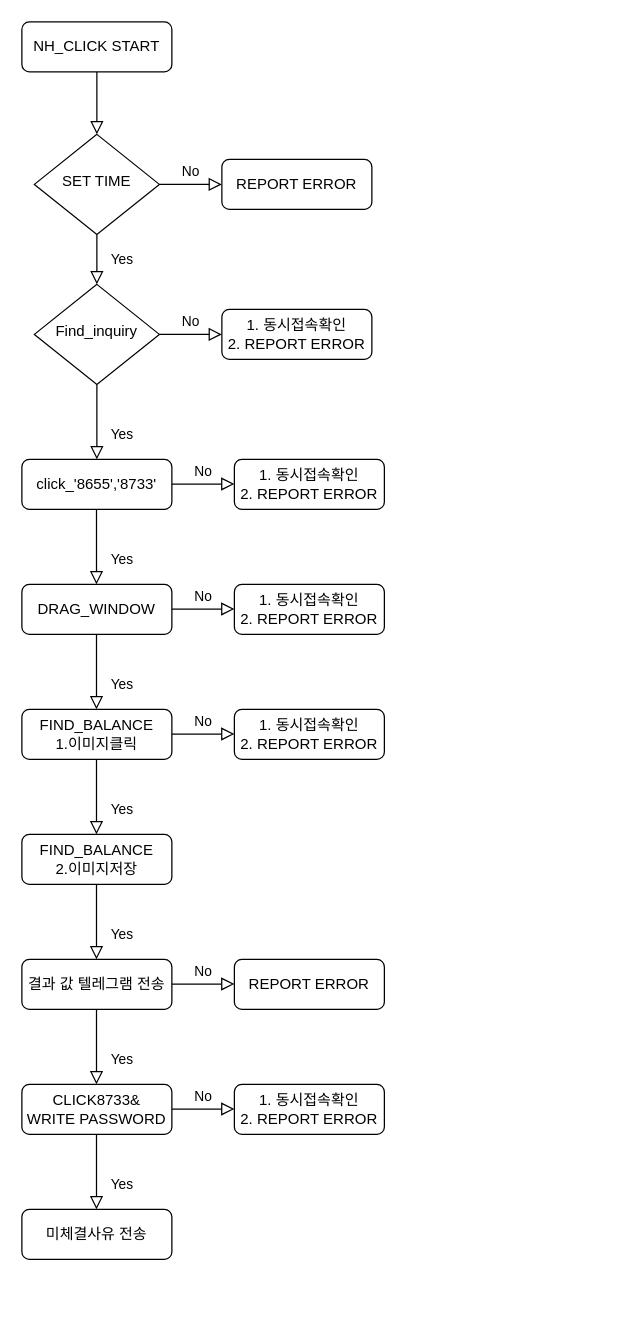
Above: 제목 없는 다이어그램.drawio in soun97/s_texst (draw.io), before the change. Source tidied: cells renumbered, new cells numbered last; positions are measured from the earlier drawing's top-left corner, leaving out a move shared by most shapes. Both pictures are drawn from the tidied source at 125%, with x=0, y=0 at pixel (21, 21).
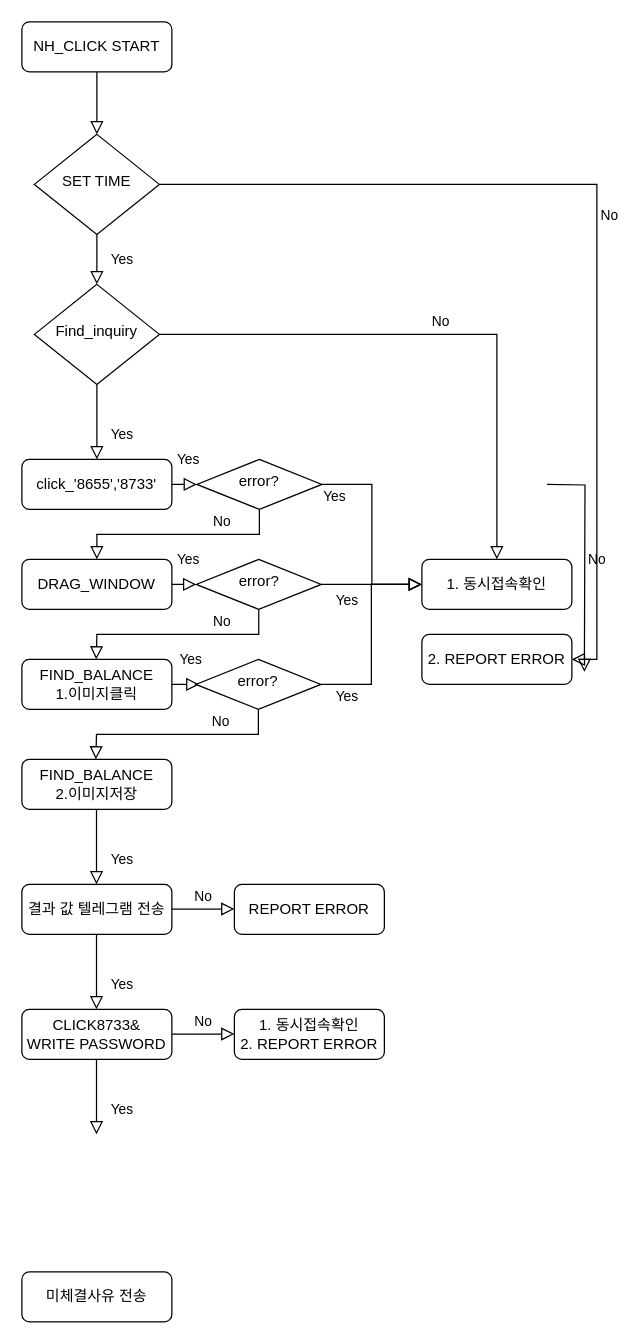
Above is the later version.

Commit message (it also covers changes not shown here):
제목 없는 다이어그램.drawio 업데이트

Unchanged cells that the change refers to:
```xml
<mxCell id="6" value="SET TIME" style="rhombus;whiteSpace=wrap;html=1;shadow=0;fontFamily=Helvetica;fontSize=12;align=center;strokeWidth=1;spacing=6;spacingTop=-4;" parent="1" vertex="1">
  <mxGeometry x="10" y="90" width="100" height="80" as="geometry" />
</mxCell>
<mxCell id="10" value="Find_inquiry" style="rhombus;whiteSpace=wrap;html=1;shadow=0;fontFamily=Helvetica;fontSize=12;align=center;strokeWidth=1;spacing=6;spacingTop=-4;" parent="1" vertex="1">
  <mxGeometry x="10" y="210" width="100" height="80" as="geometry" />
</mxCell>
<mxCell id="11" value="click_'8655','8733'" style="rounded=1;whiteSpace=wrap;html=1;fontSize=12;glass=0;strokeWidth=1;shadow=0;" parent="1" vertex="1">
  <mxGeometry y="350" width="120" height="40" as="geometry" />
</mxCell>
```

Diff of the diagram source:
```diff
@@
-    <mxCell id="5" value="No" style="edgeStyle=orthogonalEdgeStyle;rounded=0;html=1;jettySize=auto;fontSize=11;endArrow=block;endFill=0;endSize=8;strokeWidth=1;shadow=0;labelBackgroundColor=none;" parent="1" edge="1" source="6" target="7">
+    <mxCell id="5" value="No" style="edgeStyle=orthogonalEdgeStyle;rounded=0;html=1;jettySize=auto;fontSize=11;endArrow=block;endFill=0;endSize=8;strokeWidth=1;shadow=0;labelBackgroundColor=none;entryX=1;entryY=0.5;entryDx=0;entryDy=0;" parent="1" edge="1" source="6" target="45">
       <mxGeometry y="10" relative="1" as="geometry" />
     </mxCell>
@@
-    <mxCell id="7" value="REPORT ERROR" style="rounded=1;whiteSpace=wrap;html=1;fontSize=12;glass=0;strokeWidth=1;shadow=0;" parent="1" vertex="1">
-      <mxGeometry x="160" y="110" width="120" height="40" as="geometry" />
-    </mxCell>
@@
-    <mxCell id="9" value="No" style="edgeStyle=orthogonalEdgeStyle;rounded=0;html=1;jettySize=auto;fontSize=11;endArrow=block;endFill=0;endSize=8;strokeWidth=1;shadow=0;labelBackgroundColor=none;" parent="1" edge="1" source="10" target="12">
+    <mxCell id="9" value="No" style="edgeStyle=orthogonalEdgeStyle;rounded=0;html=1;jettySize=auto;fontSize=11;endArrow=block;endFill=0;endSize=8;strokeWidth=1;shadow=0;labelBackgroundColor=none;" parent="1" edge="1" source="10" target="18">
       <mxGeometry y="10" relative="1" as="geometry" />
     </mxCell>
@@
-    <mxCell id="12" value="1. 동시접속확인&lt;div&gt;2. REPORT ERROR&lt;/div&gt;" style="rounded=1;whiteSpace=wrap;html=1;fontSize=12;glass=0;strokeWidth=1;shadow=0;" parent="1" vertex="1">
-      <mxGeometry x="160" y="230" width="120" height="40" as="geometry" />
-    </mxCell>
-    <mxCell id="13" value="No" style="edgeStyle=orthogonalEdgeStyle;rounded=0;html=1;jettySize=auto;orthogonalLoop=1;fontSize=11;endArrow=block;endFill=0;endSize=8;strokeWidth=1;shadow=0;labelBackgroundColor=none;" parent="1" edge="1">
-      <mxGeometry y="10" relative="1" as="geometry">
-        <mxPoint x="120" y="369.7" as="sourcePoint" />
-        <mxPoint x="170" y="369.7" as="targetPoint" />
-      </mxGeometry>
-    </mxCell>
-    <mxCell id="14" value="1. 동시접속확인&lt;div&gt;2. REPORT ERROR&lt;/div&gt;" style="rounded=1;whiteSpace=wrap;html=1;fontSize=12;glass=0;strokeWidth=1;shadow=0;" parent="1" vertex="1">
-      <mxGeometry x="170" y="350" width="120" height="40" as="geometry" />
-    </mxCell>
-    <mxCell id="15" value="Yes" style="rounded=0;html=1;jettySize=auto;orthogonalLoop=1;fontSize=11;endArrow=block;endFill=0;endSize=8;strokeWidth=1;shadow=0;labelBackgroundColor=none;edgeStyle=orthogonalEdgeStyle;" parent="1" edge="1">
-      <mxGeometry x="0.33" y="20" relative="1" as="geometry">
-        <mxPoint x="59.7" y="390" as="sourcePoint" />
-        <mxPoint x="59.7" y="450" as="targetPoint" />
-      </mxGeometry>
+    <mxCell id="15" value="Yes" style="rounded=0;html=1;jettySize=auto;fontSize=11;endArrow=block;endFill=0;endSize=8;strokeWidth=1;shadow=0;labelBackgroundColor=none;edgeStyle=orthogonalEdgeStyle;entryX=0;entryY=0.5;entryDx=0;entryDy=0;exitX=1;exitY=0.5;exitDx=0;exitDy=0;" parent="1" edge="1" source="11" target="35">
+      <mxGeometry x="0.33" y="20" relative="1" as="geometry" />
     </mxCell>
     <mxCell id="16" value="DRAG_WINDOW" style="rounded=1;whiteSpace=wrap;html=1;fontSize=12;glass=0;strokeWidth=1;shadow=0;" parent="1" vertex="1">
-      <mxGeometry y="450" width="120" height="40" as="geometry" />
+      <mxGeometry y="430" width="120" height="40" as="geometry" />
     </mxCell>
-    <mxCell id="17" value="No" style="edgeStyle=orthogonalEdgeStyle;rounded=0;html=1;jettySize=auto;orthogonalLoop=1;fontSize=11;endArrow=block;endFill=0;endSize=8;strokeWidth=1;shadow=0;labelBackgroundColor=none;" parent="1" edge="1">
-      <mxGeometry y="10" relative="1" as="geometry">
-        <mxPoint x="120" y="469.7" as="sourcePoint" />
-        <mxPoint x="170" y="469.7" as="targetPoint" />
-      </mxGeometry>
-    </mxCell>
-    <mxCell id="18" value="1. 동시접속확인&lt;div&gt;2. REPORT ERROR&lt;/div&gt;" style="rounded=1;whiteSpace=wrap;html=1;fontSize=12;glass=0;strokeWidth=1;shadow=0;" parent="1" vertex="1">
-      <mxGeometry x="170" y="450" width="120" height="40" as="geometry" />
+    <mxCell id="18" value="1. 동시접속확인" style="rounded=1;whiteSpace=wrap;html=1;fontSize=12;glass=0;strokeWidth=1;shadow=0;" parent="1" vertex="1">
+      <mxGeometry x="320" y="430" width="120" height="40" as="geometry" />
     </mxCell>
     <mxCell id="19" value="FIND_BALANCE&lt;div&gt;1.이미지클릭&lt;/div&gt;" style="rounded=1;whiteSpace=wrap;html=1;fontSize=12;glass=0;strokeWidth=1;shadow=0;" parent="1" vertex="1">
-      <mxGeometry y="550" width="120" height="40" as="geometry" />
+      <mxGeometry y="510" width="120" height="40" as="geometry" />
     </mxCell>
-    <mxCell id="20" value="Yes" style="rounded=0;html=1;jettySize=auto;orthogonalLoop=1;fontSize=11;endArrow=block;endFill=0;endSize=8;strokeWidth=1;shadow=0;labelBackgroundColor=none;edgeStyle=orthogonalEdgeStyle;" parent="1" edge="1">
+    <mxCell id="20" value="Yes" style="rounded=0;html=1;jettySize=auto;fontSize=11;endArrow=block;endFill=0;endSize=8;strokeWidth=1;shadow=0;labelBackgroundColor=none;edgeStyle=orthogonalEdgeStyle;entryX=0;entryY=0.5;entryDx=0;entryDy=0;" parent="1" edge="1" target="39">
       <mxGeometry x="0.33" y="20" relative="1" as="geometry">
-        <mxPoint x="59.7" y="490" as="sourcePoint" />
-        <mxPoint x="59.7" y="550" as="targetPoint" />
+        <mxPoint x="120" y="450" as="sourcePoint" />
       </mxGeometry>
     </mxCell>
-    <mxCell id="21" value="No" style="edgeStyle=orthogonalEdgeStyle;rounded=0;html=1;jettySize=auto;orthogonalLoop=1;fontSize=11;endArrow=block;endFill=0;endSize=8;strokeWidth=1;shadow=0;labelBackgroundColor=none;" parent="1" edge="1">
-      <mxGeometry y="10" relative="1" as="geometry">
-        <mxPoint x="120" y="569.7" as="sourcePoint" />
-        <mxPoint x="170" y="569.7" as="targetPoint" />
-      </mxGeometry>
-    </mxCell>
-    <mxCell id="22" value="1. 동시접속확인&lt;div&gt;2. REPORT ERROR&lt;/div&gt;" style="rounded=1;whiteSpace=wrap;html=1;fontSize=12;glass=0;strokeWidth=1;shadow=0;" parent="1" vertex="1">
-      <mxGeometry x="170" y="550" width="120" height="40" as="geometry" />
-    </mxCell>
-    <mxCell id="23" value="Yes" style="rounded=0;html=1;jettySize=auto;orthogonalLoop=1;fontSize=11;endArrow=block;endFill=0;endSize=8;strokeWidth=1;shadow=0;labelBackgroundColor=none;edgeStyle=orthogonalEdgeStyle;" parent="1" edge="1">
-      <mxGeometry x="0.33" y="20" relative="1" as="geometry">
-        <mxPoint x="59.7" y="590" as="sourcePoint" />
-        <mxPoint x="59.7" y="650" as="targetPoint" />
-      </mxGeometry>
+    <mxCell id="23" value="Yes" style="rounded=0;html=1;jettySize=auto;fontSize=11;endArrow=block;endFill=0;endSize=8;strokeWidth=1;shadow=0;labelBackgroundColor=none;edgeStyle=orthogonalEdgeStyle;entryX=0.028;entryY=0.48;entryDx=0;entryDy=0;exitX=1;exitY=0.5;exitDx=0;exitDy=0;entryPerimeter=0;" parent="1" edge="1" source="19" target="42">
+      <mxGeometry x="0.33" y="20" relative="1" as="geometry" />
     </mxCell>
     <mxCell id="24" value="FIND_BALANCE&lt;div&gt;2.이미지저장&lt;/div&gt;" style="rounded=1;whiteSpace=wrap;html=1;fontSize=12;glass=0;strokeWidth=1;shadow=0;" parent="1" vertex="1">
-      <mxGeometry y="650" width="120" height="40" as="geometry" />
+      <mxGeometry y="590" width="120" height="40" as="geometry" />
     </mxCell>
     <mxCell id="25" value="Yes" style="rounded=0;html=1;jettySize=auto;orthogonalLoop=1;fontSize=11;endArrow=block;endFill=0;endSize=8;strokeWidth=1;shadow=0;labelBackgroundColor=none;edgeStyle=orthogonalEdgeStyle;" parent="1" edge="1">
       <mxGeometry x="0.33" y="20" relative="1" as="geometry">
-        <mxPoint x="59.7" y="690" as="sourcePoint" />
-        <mxPoint x="59.7" y="750" as="targetPoint" />
+        <mxPoint x="59.7" y="630" as="sourcePoint" />
+        <mxPoint x="59.7" y="690" as="targetPoint" />
       </mxGeometry>
     </mxCell>
     <mxCell id="26" value="결과 값 텔레그램 전송" style="rounded=1;whiteSpace=wrap;html=1;fontSize=12;glass=0;strokeWidth=1;shadow=0;" parent="1" vertex="1">
-      <mxGeometry y="750" width="120" height="40" as="geometry" />
+      <mxGeometry y="690" width="120" height="40" as="geometry" />
     </mxCell>
     <mxCell id="27" value="REPORT ERROR" style="rounded=1;whiteSpace=wrap;html=1;fontSize=12;glass=0;strokeWidth=1;shadow=0;" parent="1" vertex="1">
-      <mxGeometry x="170" y="750" width="120" height="40" as="geometry" />
+      <mxGeometry x="170" y="690" width="120" height="40" as="geometry" />
     </mxCell>
     <mxCell id="28" value="No" style="edgeStyle=orthogonalEdgeStyle;rounded=0;html=1;jettySize=auto;orthogonalLoop=1;fontSize=11;endArrow=block;endFill=0;endSize=8;strokeWidth=1;shadow=0;labelBackgroundColor=none;" parent="1" edge="1">
       <mxGeometry y="10" relative="1" as="geometry">
-        <mxPoint x="120" y="769.7" as="sourcePoint" />
-        <mxPoint x="170" y="769.7" as="targetPoint" />
+        <mxPoint x="120" y="709.7" as="sourcePoint" />
+        <mxPoint x="170" y="709.7" as="targetPoint" />
       </mxGeometry>
     </mxCell>
     <mxCell id="29" value="Yes" style="rounded=0;html=1;jettySize=auto;orthogonalLoop=1;fontSize=11;endArrow=block;endFill=0;endSize=8;strokeWidth=1;shadow=0;labelBackgroundColor=none;edgeStyle=orthogonalEdgeStyle;" parent="1" edge="1">
       <mxGeometry x="0.33" y="20" relative="1" as="geometry">
-        <mxPoint x="59.7" y="790" as="sourcePoint" />
-        <mxPoint x="59.7" y="850" as="targetPoint" />
+        <mxPoint x="59.7" y="730" as="sourcePoint" />
+        <mxPoint x="59.7" y="790" as="targetPoint" />
       </mxGeometry>
     </mxCell>
     <mxCell id="30" value="CLICK8733&amp;amp;&lt;div&gt;WRITE PASSWORD&lt;/div&gt;" style="rounded=1;whiteSpace=wrap;html=1;fontSize=12;glass=0;strokeWidth=1;shadow=0;" parent="1" vertex="1">
-      <mxGeometry y="850" width="120" height="40" as="geometry" />
+      <mxGeometry y="790" width="120" height="40" as="geometry" />
     </mxCell>
     <mxCell id="31" value="No" style="edgeStyle=orthogonalEdgeStyle;rounded=0;html=1;jettySize=auto;orthogonalLoop=1;fontSize=11;endArrow=block;endFill=0;endSize=8;strokeWidth=1;shadow=0;labelBackgroundColor=none;" parent="1" edge="1">
       <mxGeometry y="10" relative="1" as="geometry">
-        <mxPoint x="120" y="869.7" as="sourcePoint" />
-        <mxPoint x="170" y="869.7" as="targetPoint" />
+        <mxPoint x="120" y="809.7" as="sourcePoint" />
+        <mxPoint x="170" y="809.7" as="targetPoint" />
       </mxGeometry>
     </mxCell>
     <mxCell id="32" value="1. 동시접속확인&lt;div&gt;2. REPORT ERROR&lt;/div&gt;" style="rounded=1;whiteSpace=wrap;html=1;fontSize=12;glass=0;strokeWidth=1;shadow=0;" parent="1" vertex="1">
-      <mxGeometry x="170" y="850" width="120" height="40" as="geometry" />
+      <mxGeometry x="170" y="790" width="120" height="40" as="geometry" />
     </mxCell>
     <mxCell id="33" value="Yes" style="rounded=0;html=1;jettySize=auto;orthogonalLoop=1;fontSize=11;endArrow=block;endFill=0;endSize=8;strokeWidth=1;shadow=0;labelBackgroundColor=none;edgeStyle=orthogonalEdgeStyle;" parent="1" edge="1">
       <mxGeometry x="0.33" y="20" relative="1" as="geometry">
-        <mxPoint x="59.7" y="890" as="sourcePoint" />
-        <mxPoint x="59.7" y="950" as="targetPoint" />
+        <mxPoint x="59.7" y="830" as="sourcePoint" />
+        <mxPoint x="59.7" y="890" as="targetPoint" />
       </mxGeometry>
     </mxCell>
     <mxCell id="34" value="미체결사유 전송" style="rounded=1;whiteSpace=wrap;html=1;fontSize=12;glass=0;strokeWidth=1;shadow=0;" parent="1" vertex="1">
-      <mxGeometry y="950" width="120" height="40" as="geometry" />
+      <mxGeometry y="1000" width="120" height="40" as="geometry" />
     </mxCell>
+    <mxCell id="35" value="error?" style="rhombus;whiteSpace=wrap;html=1;shadow=0;fontFamily=Helvetica;fontSize=12;align=center;strokeWidth=1;spacing=6;spacingTop=-4;" parent="1" vertex="1">
+      <mxGeometry x="140" y="350" width="100" height="40" as="geometry" />
+    </mxCell>
+    <mxCell id="36" value="No" style="rounded=0;html=1;jettySize=auto;fontSize=11;endArrow=block;endFill=0;endSize=8;strokeWidth=1;shadow=0;labelBackgroundColor=none;edgeStyle=orthogonalEdgeStyle;exitX=0.5;exitY=1;exitDx=0;exitDy=0;entryX=0.5;entryY=0;entryDx=0;entryDy=0;" parent="1" edge="1" source="35" target="16">
+      <mxGeometry x="-0.41" y="-10" relative="1" as="geometry" />
+    </mxCell>
+    <mxCell id="37" style="edgeStyle=none;curved=1;rounded=0;orthogonalLoop=1;jettySize=auto;html=1;entryX=0.5;entryY=0;entryDx=0;entryDy=0;fontSize=12;startSize=8;endSize=8;" parent="1" edge="1" source="16" target="16">
+      <mxGeometry relative="1" as="geometry" />
+    </mxCell>
+    <mxCell id="38" value="Yes" style="rounded=0;html=1;jettySize=auto;fontSize=11;endArrow=block;endFill=0;endSize=8;strokeWidth=1;shadow=0;labelBackgroundColor=none;edgeStyle=orthogonalEdgeStyle;exitX=1;exitY=0.5;exitDx=0;exitDy=0;entryX=0;entryY=0.5;entryDx=0;entryDy=0;" parent="1" edge="1" source="35" target="18">
+      <mxGeometry x="0.5" y="-92" relative="1" as="geometry">
+        <mxPoint x="-20" y="-2" as="offset" />
+      </mxGeometry>
+    </mxCell>
+    <mxCell id="39" value="error?" style="rhombus;whiteSpace=wrap;html=1;shadow=0;fontFamily=Helvetica;fontSize=12;align=center;strokeWidth=1;spacing=6;spacingTop=-4;" parent="1" vertex="1">
+      <mxGeometry x="139.5" y="430" width="100" height="40" as="geometry" />
+    </mxCell>
+    <mxCell id="40" value="No" style="rounded=0;html=1;jettySize=auto;fontSize=11;endArrow=block;endFill=0;endSize=8;strokeWidth=1;shadow=0;labelBackgroundColor=none;edgeStyle=orthogonalEdgeStyle;exitX=0.5;exitY=1;exitDx=0;exitDy=0;entryX=0.5;entryY=0;entryDx=0;entryDy=0;" parent="1" edge="1" source="39">
+      <mxGeometry x="-0.41" y="-10" relative="1" as="geometry">
+        <mxPoint x="59.5" y="510" as="targetPoint" />
+      </mxGeometry>
+    </mxCell>
+    <mxCell id="41" value="Yes" style="rounded=0;html=1;jettySize=auto;fontSize=11;endArrow=block;endFill=0;endSize=8;strokeWidth=1;shadow=0;labelBackgroundColor=none;edgeStyle=orthogonalEdgeStyle;exitX=1;exitY=0.5;exitDx=0;exitDy=0;entryX=0;entryY=0.5;entryDx=0;entryDy=0;" parent="1" edge="1" source="39" target="18">
+      <mxGeometry x="-0.74" y="70" relative="1" as="geometry" />
+    </mxCell>
+    <mxCell id="42" value="error?" style="rhombus;whiteSpace=wrap;html=1;shadow=0;fontFamily=Helvetica;fontSize=12;align=center;strokeWidth=1;spacing=6;spacingTop=-4;" parent="1" vertex="1">
+      <mxGeometry x="139.2" y="510" width="100" height="40" as="geometry" />
+    </mxCell>
+    <mxCell id="43" value="Yes" style="rounded=0;html=1;jettySize=auto;fontSize=11;endArrow=block;endFill=0;endSize=8;strokeWidth=1;shadow=0;labelBackgroundColor=none;edgeStyle=orthogonalEdgeStyle;exitX=1;exitY=0.5;exitDx=0;exitDy=0;entryX=0;entryY=0.5;entryDx=0;entryDy=0;" parent="1" edge="1" source="42" target="18">
+      <mxGeometry x="0.33" y="20" relative="1" as="geometry" />
+    </mxCell>
+    <mxCell id="44" value="No" style="rounded=0;html=1;jettySize=auto;fontSize=11;endArrow=block;endFill=0;endSize=8;strokeWidth=1;shadow=0;labelBackgroundColor=none;edgeStyle=orthogonalEdgeStyle;exitX=0.5;exitY=1;exitDx=0;exitDy=0;entryX=0.5;entryY=0;entryDx=0;entryDy=0;" parent="1" edge="1" source="42">
+      <mxGeometry x="-0.41" y="-10" relative="1" as="geometry">
+        <mxPoint x="59.2" y="590" as="targetPoint" />
+      </mxGeometry>
+    </mxCell>
+    <mxCell id="45" value="&lt;div&gt;2. REPORT ERROR&lt;/div&gt;" style="rounded=1;whiteSpace=wrap;html=1;fontSize=12;glass=0;strokeWidth=1;shadow=0;" parent="1" vertex="1">
+      <mxGeometry x="320" y="490" width="120" height="40" as="geometry" />
+    </mxCell>
+    <mxCell id="46" value="No" style="edgeStyle=orthogonalEdgeStyle;rounded=0;html=1;jettySize=auto;orthogonalLoop=1;fontSize=11;endArrow=block;endFill=0;endSize=8;strokeWidth=1;shadow=0;labelBackgroundColor=none;entryX=1;entryY=0.5;entryDx=0;entryDy=0;" parent="1" edge="1">
+      <mxGeometry y="10" relative="1" as="geometry">
+        <mxPoint x="420" y="370" as="sourcePoint" />
+        <mxPoint x="450" y="520" as="targetPoint" />
+      </mxGeometry>
+    </mxCell>
```
